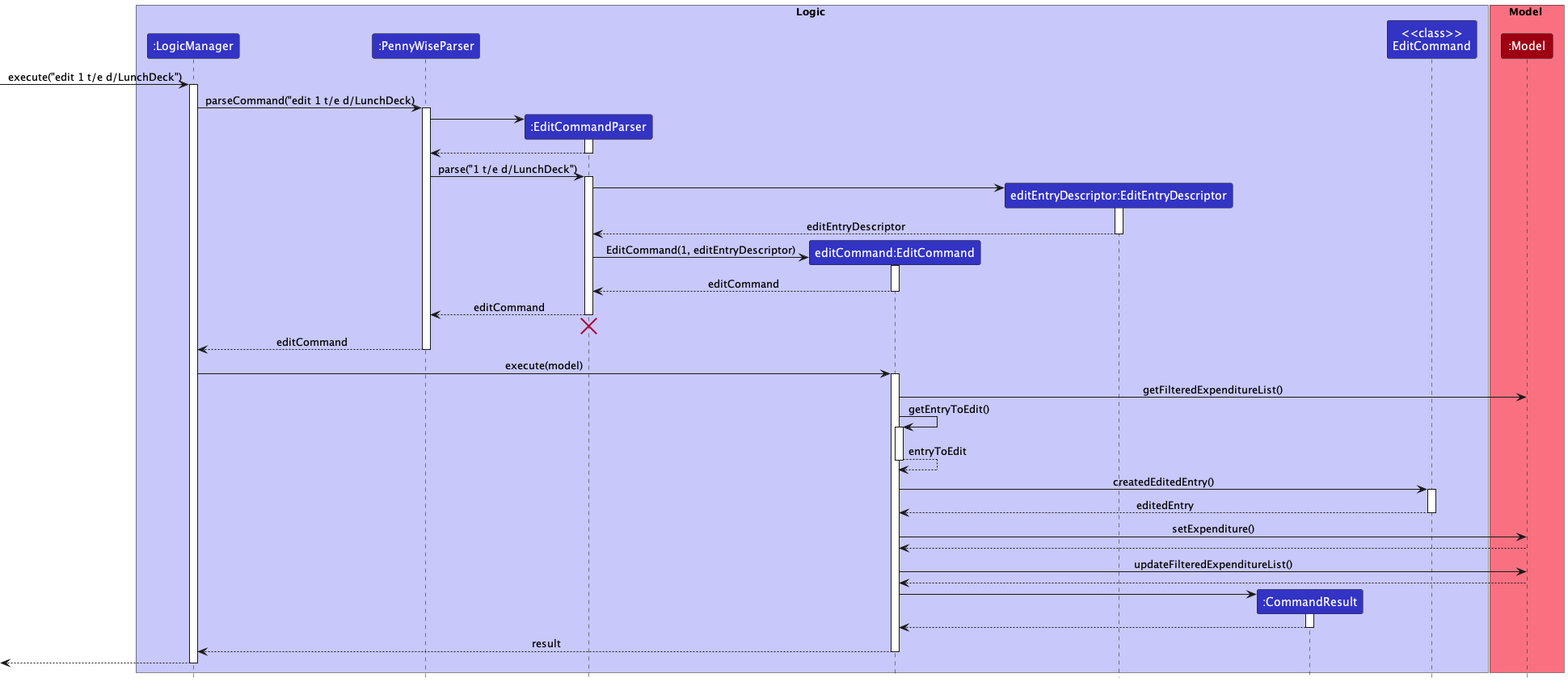
nus-cs2103-AY2223S1/tp keeps this PlantUML diagram as docs/images/EditSequenceDiagram.png. Above is the earlier version.
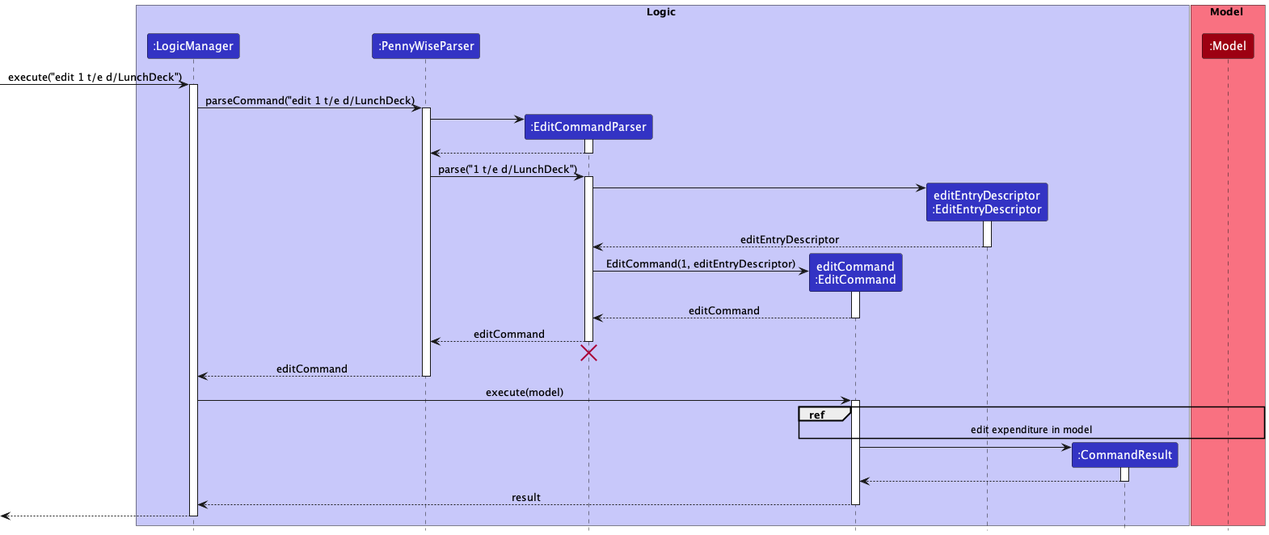
After the change.

What changed in the source:
```diff
@@ -5,10 +5,9 @@
 participant ":LogicManager" as LogicManager LOGIC_COLOR
 participant ":PennyWiseParser" as PennyWiseParser LOGIC_COLOR
 participant ":EditCommandParser" as EditCommandParser LOGIC_COLOR
-participant "editCommand:EditCommand" as EditCommand LOGIC_COLOR
-participant "editEntryDescriptor:EditEntryDescriptor" as EditEntryDescriptor LOGIC_COLOR
+participant "editCommand\n:EditCommand" as EditCommand LOGIC_COLOR
+participant "editEntryDescriptor\n:EditEntryDescriptor" as EditEntryDescriptor LOGIC_COLOR
 participant ":CommandResult" as CommandResult LOGIC_COLOR
-participant "<<class>>\nEditCommand" as EditCommandClass LOGIC_COLOR
 end box
 
 box Model MODEL_COLOR_T1
@@ -54,22 +53,7 @@
 LogicManager -> EditCommand : execute(model)
 activate EditCommand
 
-EditCommand -> Model :getFilteredExpenditureList()
-
-EditCommand -> EditCommand: getEntryToEdit()
-activate EditCommand
-return entryToEdit
-
-EditCommand -> EditCommandClass :createdEditedEntry()
-activate EditCommandClass
-return editedEntry
-deactivate EditCommandClass
-
-EditCommand -> Model : setExpenditure()
-Model --> EditCommand
-
-EditCommand -> Model : updateFilteredExpenditureList()
-Model --> EditCommand
+ref over EditCommand, Model : edit expenditure in model
 
 create CommandResult
 EditCommand -> CommandResult
```
